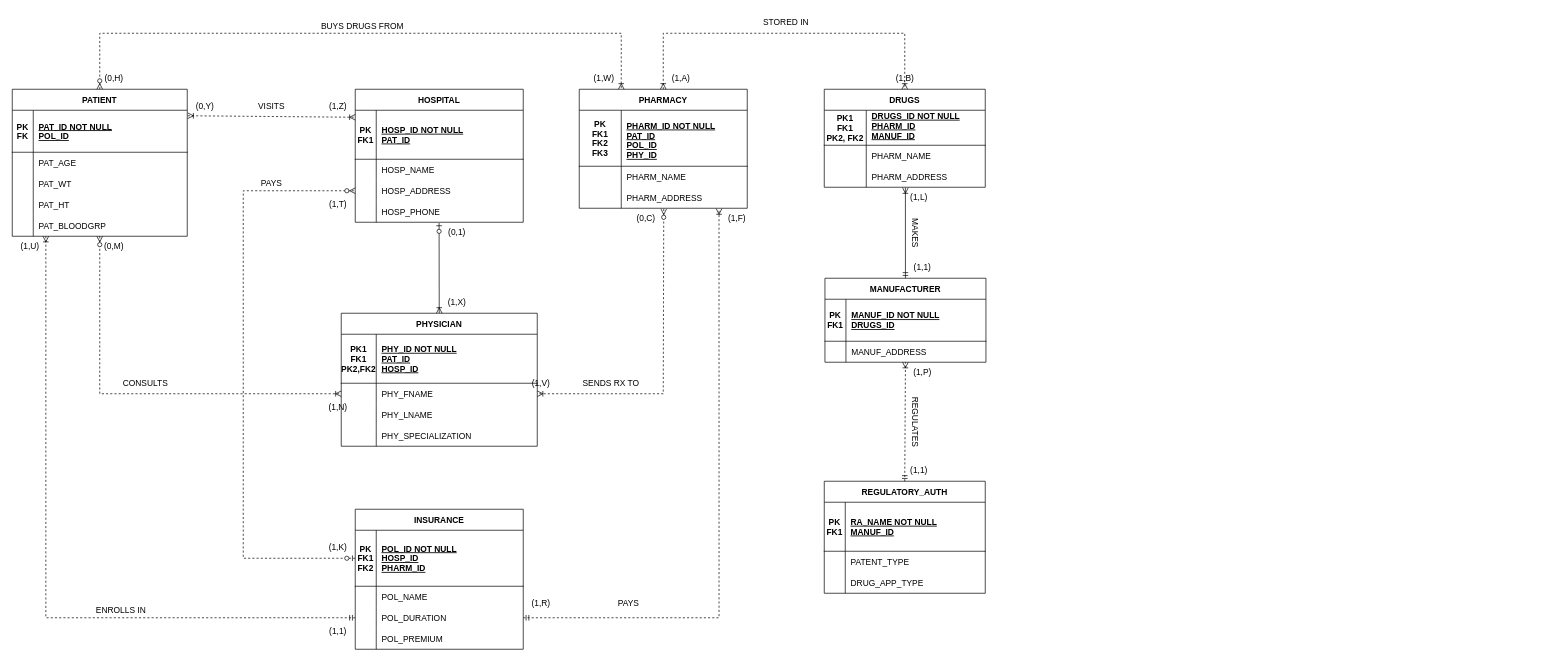
Earlier version of the draw.io diagram CIS552_HealthCare_ERD.drawio (IshanBhargava/Healthcare_DB_Design). Source tidied: cells renumbered, new cells numbered last; positions are measured from the earlier drawing's top-left corner, leaving out a move shared by most shapes. Both pictures are drawn from the tidied source at 70%, with x=0, y=0 at pixel (12, 12).
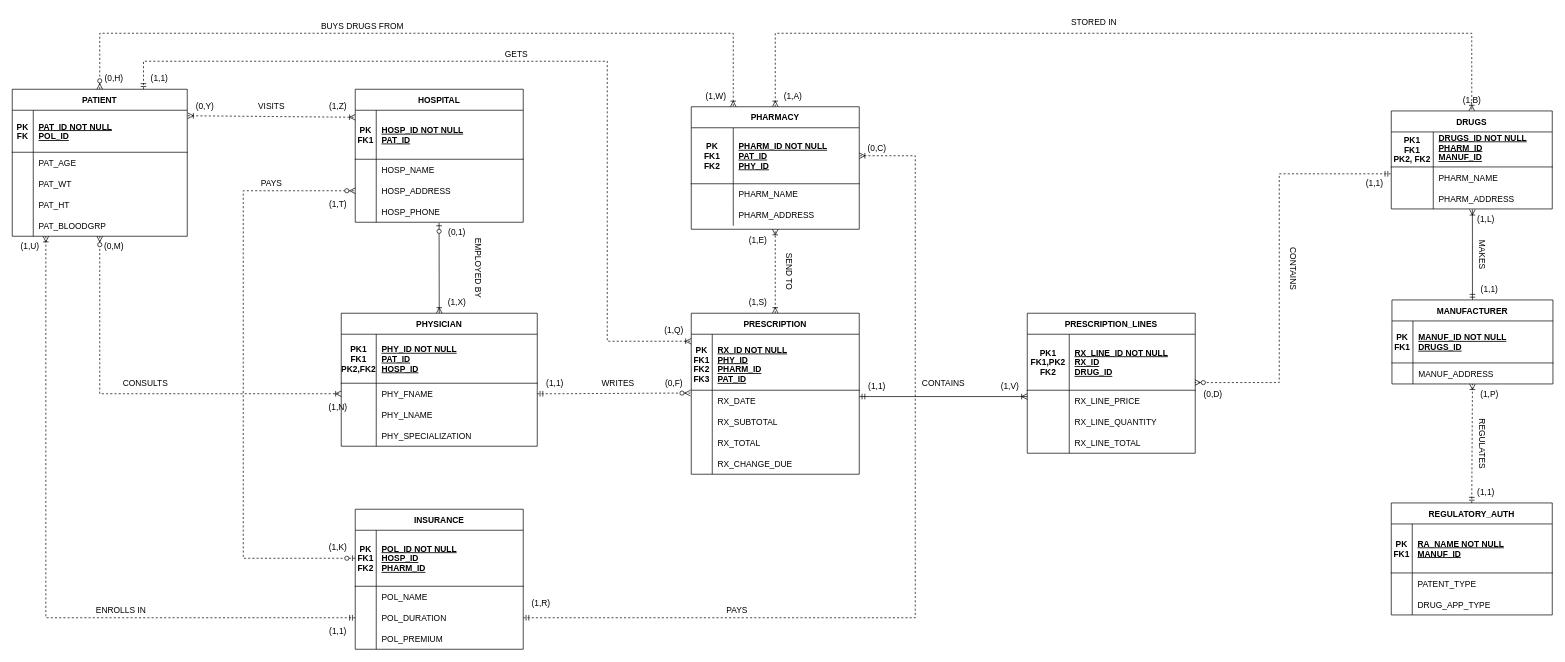
The same page after the edit.

Unchanged cells that the change refers to:
```xml
<mxCell id="6" style="shape=partialRectangle;fillColor=none;points=[[0,0.5],[1,0.5]];portConstraint=eastwest;top=0;left=0;right=0;bottom=0;" parent="2" vertex="1">
  <mxGeometry y="100" width="280" height="30" as="geometry" />
</mxCell>
<mxCell id="28" value="PATIENT" style="shape=table;startSize=30;childLayout=tableLayout;rowLines=0;fontStyle=1;align=center;" parent="1" vertex="1">
  <mxGeometry y="110" width="250" height="210" as="geometry" />
</mxCell>
<mxCell id="54" style="shape=partialRectangle;fillColor=none;points=[[0,0.5],[1,0.5]];portConstraint=eastwest;top=0;left=0;right=0;bottom=1;" parent="53" vertex="1">
  <mxGeometry y="30" width="240" height="80" as="geometry" />
</mxCell>
<mxCell id="60" style="shape=partialRectangle;fillColor=none;points=[[0,0.5],[1,0.5]];portConstraint=eastwest;top=0;left=0;right=0;bottom=0;" parent="53" vertex="1">
  <mxGeometry y="140" width="240" height="30" as="geometry" />
</mxCell>
<mxCell id="68" style="shape=partialRectangle;fillColor=none;points=[[0,0.5],[1,0.5]];portConstraint=eastwest;top=0;left=0;right=0;bottom=0;" parent="64" vertex="1">
  <mxGeometry y="80" width="230" height="30" as="geometry" />
</mxCell>
<mxCell id="109" style="shape=partialRectangle;fillColor=none;points=[[0,0.5],[1,0.5]];portConstraint=eastwest;top=0;left=0;right=0;bottom=0;" parent="102" vertex="1">
  <mxGeometry y="140" width="240" height="30" as="geometry" />
</mxCell>
```

Diff of the diagram source:
```diff
@@
     <mxCell id="53" value="PHARMACY" style="shape=table;startSize=30;childLayout=tableLayout;rowLines=0;fontStyle=1;align=center;" parent="1" vertex="1">
-      <mxGeometry x="810" y="110" width="240" height="170" as="geometry" />
+      <mxGeometry x="970" y="135" width="240" height="175" as="geometry" />
     </mxCell>
@@
-    <mxCell id="55" value="PK&#10;FK1&#10;FK2&#10;FK3" style="shape=partialRectangle;overflow=hidden;fillColor=none;top=0;left=0;bottom=0;right=0;fontStyle=1;" parent="54" vertex="1">
+    <mxCell id="55" value="PK&#10;FK1&#10;FK2" style="shape=partialRectangle;overflow=hidden;fillColor=none;top=0;left=0;bottom=0;right=0;fontStyle=1;" parent="54" vertex="1">
       <mxGeometry width="60" height="80" as="geometry" />
     </mxCell>
-    <mxCell id="56" value="&#10;PHARM_ID NOT NULL&#10;PAT_ID&#10;POL_ID&#10;PHY_ID&#10;" style="shape=partialRectangle;overflow=hidden;fillColor=none;top=0;left=0;bottom=0;right=0;align=left;spacingLeft=6;fontStyle=5;" parent="54" vertex="1">
+    <mxCell id="56" value="&#10;PHARM_ID NOT NULL&#10;PAT_ID&#10;PHY_ID&#10;" style="shape=partialRectangle;overflow=hidden;fillColor=none;top=0;left=0;bottom=0;right=0;align=left;spacingLeft=6;fontStyle=5;" parent="54" vertex="1">
       <mxGeometry x="60" width="180" height="80" as="geometry" />
     </mxCell>
@@
-    <mxCell id="63" style="fontSize=12;html=1;endArrow=ERoneToMany;startArrow=ERzeroToMany;rounded=0;edgeStyle=orthogonalEdgeStyle;exitX=0.503;exitY=1.031;exitDx=0;exitDy=0;exitPerimeter=0;dashed=1;" parent="1" edge="1" source="60" target="6">
-      <mxGeometry relative="1" as="geometry">
-        <Array as="points">
-          <mxPoint x="931" y="284" />
-          <mxPoint x="930" y="284" />
-          <mxPoint x="930" y="545" />
-        </Array>
-      </mxGeometry>
-    </mxCell>
     <mxCell id="64" value="DRUGS" style="shape=table;startSize=30;childLayout=tableLayout;rowLines=0;fontStyle=1;align=center;" parent="1" vertex="1">
-      <mxGeometry x="1160" y="110" width="230" height="140" as="geometry" />
+      <mxGeometry x="1970" y="141" width="230" height="140" as="geometry" />
     </mxCell>
@@
     <mxCell id="74" style="edgeStyle=orthogonalEdgeStyle;fontSize=12;html=1;endArrow=ERoneToMany;startArrow=ERoneToMany;rounded=0;exitX=0.5;exitY=0;exitDx=0;exitDy=0;entryX=0.5;entryY=0;entryDx=0;entryDy=0;dashed=1;" parent="1" edge="1" source="53" target="64">
       <mxGeometry relative="1" as="geometry">
         <Array as="points">
-          <mxPoint x="930" y="30" />
-          <mxPoint x="1275" y="30" />
+          <mxPoint x="1090" y="30" />
+          <mxPoint x="2085" y="30" />
         </Array>
       </mxGeometry>
     </mxCell>
     <mxCell id="75" value="(0,C)" style="text;html=1;align=center;verticalAlign=middle;strokeColor=none;fillColor=none;" parent="1" vertex="1">
-      <mxGeometry x="880" y="280" width="50" height="30" as="geometry" />
+      <mxGeometry x="1210" y="180" width="50" height="30" as="geometry" />
     </mxCell>
-    <mxCell id="76" value="(1,V)" style="text;html=1;align=center;verticalAlign=middle;strokeColor=none;fillColor=none;" parent="1" vertex="1">
-      <mxGeometry x="730" y="515" width="50" height="30" as="geometry" />
-    </mxCell>
     <mxCell id="77" value="(1,A)" style="text;html=1;align=center;verticalAlign=middle;strokeColor=none;fillColor=none;" parent="1" vertex="1">
-      <mxGeometry x="930" y="80" width="50" height="30" as="geometry" />
+      <mxGeometry x="1090" y="105" width="50" height="30" as="geometry" />
     </mxCell>
     <mxCell id="78" value="(1,B)" style="text;html=1;align=center;verticalAlign=middle;strokeColor=none;fillColor=none;" parent="1" vertex="1">
-      <mxGeometry x="1250" y="80" width="50" height="30" as="geometry" />
+      <mxGeometry x="2060" y="111" width="50" height="30" as="geometry" />
     </mxCell>
     <mxCell id="79" value="MANUFACTURER" style="shape=table;startSize=30;childLayout=tableLayout;rowLines=0;fontStyle=1;align=center;" parent="1" vertex="1">
-      <mxGeometry x="1161" y="380" width="230" height="120" as="geometry" />
+      <mxGeometry x="1971" y="411" width="230" height="120" as="geometry" />
     </mxCell>
@@
     <mxCell id="87" value="REGULATORY_AUTH" style="shape=table;startSize=30;childLayout=tableLayout;rowLines=0;fontStyle=1;align=center;" parent="1" vertex="1">
-      <mxGeometry x="1160" y="670" width="230" height="160" as="geometry" />
+      <mxGeometry x="1970" y="701" width="230" height="160" as="geometry" />
     </mxCell>
@@
     <mxCell id="98" value="(1,L)" style="text;html=1;align=center;verticalAlign=middle;strokeColor=none;fillColor=none;" parent="1" vertex="1">
-      <mxGeometry x="1270" y="250" width="50" height="30" as="geometry" />
+      <mxGeometry x="2080" y="281" width="50" height="30" as="geometry" />
     </mxCell>
     <mxCell id="99" value="(1,1)" style="text;html=1;align=center;verticalAlign=middle;strokeColor=none;fillColor=none;" parent="1" vertex="1">
-      <mxGeometry x="1275" y="350" width="50" height="30" as="geometry" />
+      <mxGeometry x="2085" y="381" width="50" height="30" as="geometry" />
     </mxCell>
     <mxCell id="100" value="(1,P)" style="text;html=1;align=center;verticalAlign=middle;strokeColor=none;fillColor=none;" parent="1" vertex="1">
-      <mxGeometry x="1275" y="500" width="50" height="30" as="geometry" />
+      <mxGeometry x="2085" y="531" width="50" height="30" as="geometry" />
     </mxCell>
     <mxCell id="101" value="(1,1)" style="text;html=1;align=center;verticalAlign=middle;strokeColor=none;fillColor=none;" parent="1" vertex="1">
-      <mxGeometry x="1270" y="640" width="50" height="30" as="geometry" />
+      <mxGeometry x="2080" y="671" width="50" height="30" as="geometry" />
     </mxCell>
@@
-    <mxCell id="116" style="edgeStyle=orthogonalEdgeStyle;fontSize=12;html=1;endArrow=ERoneToMany;startArrow=ERmandOne;rounded=0;exitX=1;exitY=0.5;exitDx=0;exitDy=0;entryX=0.832;entryY=1.022;entryDx=0;entryDy=0;entryPerimeter=0;dashed=1;" parent="1" edge="1" source="109" target="60">
+    <mxCell id="116" style="edgeStyle=orthogonalEdgeStyle;fontSize=12;html=1;endArrow=ERoneToMany;startArrow=ERmandOne;rounded=0;exitX=1;exitY=0.5;exitDx=0;exitDy=0;dashed=1;entryX=1;entryY=0.5;entryDx=0;entryDy=0;" parent="1" edge="1" source="109" target="54">
       <mxGeometry relative="1" as="geometry">
         <Array as="points">
-          <mxPoint x="1010" y="865" />
+          <mxPoint x="1290" y="865" />
+          <mxPoint x="1290" y="205" />
         </Array>
       </mxGeometry>
     </mxCell>
@@
-    <mxCell id="123" value="(1,F)" style="text;html=1;align=center;verticalAlign=middle;strokeColor=none;fillColor=none;" parent="1" vertex="1">
-      <mxGeometry x="1010" y="280" width="50" height="30" as="geometry" />
-    </mxCell>
     <mxCell id="124" style="edgeStyle=orthogonalEdgeStyle;fontSize=12;html=1;endArrow=ERoneToMany;startArrow=ERzeroToMany;rounded=0;dashed=1;exitX=0.5;exitY=0;exitDx=0;exitDy=0;entryX=0.25;entryY=0;entryDx=0;entryDy=0;" parent="1" edge="1" source="28" target="53">
       <mxGeometry relative="1" as="geometry">
         <Array as="points">
           <mxPoint x="125" y="30" />
-          <mxPoint x="870" y="30" />
+          <mxPoint x="1030" y="30" />
         </Array>
       </mxGeometry>
     </mxCell>
@@
-    <mxCell id="130" value="SENDS RX TO" style="text;html=1;align=center;verticalAlign=middle;strokeColor=none;fillColor=none;" parent="1" vertex="1">
-      <mxGeometry x="805" y="515" width="100" height="30" as="geometry" />
-    </mxCell>
     <mxCell id="131" value="PAYS" style="text;html=1;align=center;verticalAlign=middle;strokeColor=none;fillColor=none;" parent="1" vertex="1">
-      <mxGeometry x="855" y="830" width="50" height="30" as="geometry" />
+      <mxGeometry x="1010" y="840" width="50" height="30" as="geometry" />
     </mxCell>
     <mxCell id="132" value="STORED IN" style="text;html=1;align=center;verticalAlign=middle;strokeColor=none;fillColor=none;" parent="1" vertex="1">
-      <mxGeometry x="1060" width="90" height="30" as="geometry" />
+      <mxGeometry x="1500" width="90" height="30" as="geometry" />
     </mxCell>
     <mxCell id="133" value="MAKES" style="text;html=1;align=center;verticalAlign=middle;strokeColor=none;fillColor=none;rotation=90;" parent="1" vertex="1">
-      <mxGeometry x="1260" y="300" width="60" height="30" as="geometry" />
+      <mxGeometry x="2070" y="331" width="60" height="30" as="geometry" />
     </mxCell>
     <mxCell id="134" value="REGULATES" style="text;html=1;align=center;verticalAlign=middle;strokeColor=none;fillColor=none;rotation=90;" parent="1" vertex="1">
-      <mxGeometry x="1245" y="570" width="90" height="30" as="geometry" />
+      <mxGeometry x="2055" y="601" width="90" height="30" as="geometry" />
     </mxCell>
@@
     <mxCell id="136" value="(1,W)" style="text;html=1;align=center;verticalAlign=middle;strokeColor=none;fillColor=none;" parent="1" vertex="1">
-      <mxGeometry x="820" y="80" width="50" height="30" as="geometry" />
+      <mxGeometry x="980" y="105" width="50" height="30" as="geometry" />
     </mxCell>
+    <mxCell id="137" value="PRESCRIPTION" style="shape=table;startSize=30;childLayout=tableLayout;rowLines=0;fontStyle=1;align=center;" parent="1" vertex="1">
+      <mxGeometry x="970" y="430" width="240" height="230" as="geometry" />
+    </mxCell>
+    <mxCell id="138" style="shape=partialRectangle;fillColor=none;points=[[0,0.5],[1,0.5]];portConstraint=eastwest;top=0;left=0;right=0;bottom=1;" parent="137" vertex="1">
+      <mxGeometry y="30" width="240" height="80" as="geometry" />
+    </mxCell>
+    <mxCell id="139" value="&#10;PK&#10;FK1&#10;FK2&#10;FK3&#10;" style="shape=partialRectangle;overflow=hidden;fillColor=none;top=0;left=0;bottom=0;right=0;fontStyle=1;" parent="138" vertex="1">
+      <mxGeometry width="30" height="80" as="geometry" />
+    </mxCell>
+    <mxCell id="140" value="&#10;RX_ID NOT NULL&#10;PHY_ID&#10;PHARM_ID&#10;PAT_ID&#10;" style="shape=partialRectangle;overflow=hidden;fillColor=none;top=0;left=0;bottom=0;right=0;align=left;spacingLeft=6;fontStyle=5;" parent="138" vertex="1">
+      <mxGeometry x="30" width="210" height="80" as="geometry" />
+    </mxCell>
+    <mxCell id="141" style="shape=partialRectangle;fillColor=none;top=0;left=0;right=0;bottom=0;" parent="137" vertex="1">
+      <mxGeometry y="110" width="240" height="30" as="geometry" />
+    </mxCell>
+    <mxCell id="142" style="shape=partialRectangle;overflow=hidden;fillColor=none;top=0;left=0;bottom=0;right=0;" parent="141" vertex="1">
+      <mxGeometry width="30" height="30" as="geometry" />
+    </mxCell>
+    <mxCell id="143" value="RX_DATE" style="shape=partialRectangle;overflow=hidden;fillColor=none;top=0;left=0;bottom=0;right=0;align=left;spacingLeft=6;" parent="141" vertex="1">
+      <mxGeometry x="30" width="210" height="30" as="geometry" />
+    </mxCell>
+    <mxCell id="144" style="shape=partialRectangle;fillColor=none;top=0;left=0;right=0;bottom=0;" parent="137" vertex="1">
+      <mxGeometry y="140" width="240" height="30" as="geometry" />
+    </mxCell>
+    <mxCell id="145" style="shape=partialRectangle;overflow=hidden;fillColor=none;top=0;left=0;bottom=0;right=0;" parent="144" vertex="1">
+      <mxGeometry width="30" height="30" as="geometry" />
+    </mxCell>
+    <mxCell id="146" value="RX_SUBTOTAL" style="shape=partialRectangle;overflow=hidden;fillColor=none;top=0;left=0;bottom=0;right=0;align=left;spacingLeft=6;" parent="144" vertex="1">
+      <mxGeometry x="30" width="210" height="30" as="geometry" />
+    </mxCell>
+    <mxCell id="147" style="shape=partialRectangle;fillColor=none;top=0;left=0;right=0;bottom=0;" parent="137" vertex="1">
+      <mxGeometry y="170" width="240" height="30" as="geometry" />
+    </mxCell>
+    <mxCell id="148" style="shape=partialRectangle;overflow=hidden;fillColor=none;top=0;left=0;bottom=0;right=0;" parent="147" vertex="1">
+      <mxGeometry width="30" height="30" as="geometry" />
+    </mxCell>
+    <mxCell id="149" value="RX_TOTAL" style="shape=partialRectangle;overflow=hidden;fillColor=none;top=0;left=0;bottom=0;right=0;align=left;spacingLeft=6;" parent="147" vertex="1">
+      <mxGeometry x="30" width="210" height="30" as="geometry" />
+    </mxCell>
+    <mxCell id="150" style="shape=partialRectangle;fillColor=none;top=0;left=0;right=0;bottom=0;" parent="137" vertex="1">
+      <mxGeometry y="200" width="240" height="30" as="geometry" />
+    </mxCell>
+    <mxCell id="151" style="shape=partialRectangle;overflow=hidden;fillColor=none;top=0;left=0;bottom=0;right=0;" parent="150" vertex="1">
+      <mxGeometry width="30" height="30" as="geometry" />
+    </mxCell>
+    <mxCell id="152" value="RX_CHANGE_DUE" style="shape=partialRectangle;overflow=hidden;fillColor=none;top=0;left=0;bottom=0;right=0;align=left;spacingLeft=6;" parent="150" vertex="1">
+      <mxGeometry x="30" width="210" height="30" as="geometry" />
+    </mxCell>
+    <mxCell id="153" value="PRESCRIPTION_LINES" style="shape=table;startSize=30;childLayout=tableLayout;rowLines=0;fontStyle=1;align=center;" parent="1" vertex="1">
+      <mxGeometry x="1450" y="430" width="240" height="200" as="geometry" />
+    </mxCell>
+    <mxCell id="154" style="shape=partialRectangle;fillColor=none;points=[[0,0.5],[1,0.5]];portConstraint=eastwest;top=0;left=0;right=0;bottom=1;" parent="153" vertex="1">
+      <mxGeometry y="30" width="240" height="80" as="geometry" />
+    </mxCell>
+    <mxCell id="155" value="&#10;PK1&#10;FK1,PK2&#10;FK2&#10;" style="shape=partialRectangle;overflow=hidden;fillColor=none;top=0;left=0;bottom=0;right=0;fontStyle=1;" parent="154" vertex="1">
+      <mxGeometry width="60" height="80" as="geometry" />
+    </mxCell>
+    <mxCell id="156" value="&#10;RX_LINE_ID NOT NULL&#10;RX_ID&#10;DRUG_ID&#10;" style="shape=partialRectangle;overflow=hidden;fillColor=none;top=0;left=0;bottom=0;right=0;align=left;spacingLeft=6;fontStyle=5;" parent="154" vertex="1">
+      <mxGeometry x="60" width="180" height="80" as="geometry" />
+    </mxCell>
+    <mxCell id="157" style="shape=partialRectangle;fillColor=none;top=0;left=0;right=0;bottom=0;" parent="153" vertex="1">
+      <mxGeometry y="110" width="240" height="30" as="geometry" />
+    </mxCell>
+    <mxCell id="158" style="shape=partialRectangle;overflow=hidden;fillColor=none;top=0;left=0;bottom=0;right=0;" parent="157" vertex="1">
+      <mxGeometry width="60" height="30" as="geometry" />
+    </mxCell>
+    <mxCell id="159" value="RX_LINE_PRICE" style="shape=partialRectangle;overflow=hidden;fillColor=none;top=0;left=0;bottom=0;right=0;align=left;spacingLeft=6;" parent="157" vertex="1">
+      <mxGeometry x="60" width="180" height="30" as="geometry" />
+    </mxCell>
+    <mxCell id="160" style="shape=partialRectangle;fillColor=none;top=0;left=0;right=0;bottom=0;" parent="153" vertex="1">
+      <mxGeometry y="140" width="240" height="30" as="geometry" />
+    </mxCell>
+    <mxCell id="161" style="shape=partialRectangle;overflow=hidden;fillColor=none;top=0;left=0;bottom=0;right=0;" parent="160" vertex="1">
+      <mxGeometry width="60" height="30" as="geometry" />
+    </mxCell>
+    <mxCell id="162" value="RX_LINE_QUANTITY" style="shape=partialRectangle;overflow=hidden;fillColor=none;top=0;left=0;bottom=0;right=0;align=left;spacingLeft=6;" parent="160" vertex="1">
+      <mxGeometry x="60" width="180" height="30" as="geometry" />
+    </mxCell>
+    <mxCell id="163" style="shape=partialRectangle;fillColor=none;top=0;left=0;right=0;bottom=0;" parent="153" vertex="1">
+      <mxGeometry y="170" width="240" height="30" as="geometry" />
+    </mxCell>
+    <mxCell id="164" style="shape=partialRectangle;overflow=hidden;fillColor=none;top=0;left=0;bottom=0;right=0;" parent="163" vertex="1">
+      <mxGeometry width="60" height="30" as="geometry" />
+    </mxCell>
+    <mxCell id="165" value="RX_LINE_TOTAL" style="shape=partialRectangle;overflow=hidden;fillColor=none;top=0;left=0;bottom=0;right=0;align=left;spacingLeft=6;" parent="163" vertex="1">
+      <mxGeometry x="60" width="180" height="30" as="geometry" />
+    </mxCell>
+    <mxCell id="166" style="edgeStyle=entityRelationEdgeStyle;fontSize=12;html=1;endArrow=ERzeroToMany;startArrow=ERmandOne;rounded=0;dashed=1;exitX=1;exitY=0.5;exitDx=0;exitDy=0;entryX=0.975;entryY=0.969;entryDx=0;entryDy=0;entryPerimeter=0;" parent="1" edge="1" source="6" target="169">
+      <mxGeometry relative="1" as="geometry" />
+    </mxCell>
+    <mxCell id="167" value="WRITES" style="text;html=1;align=center;verticalAlign=middle;strokeColor=none;fillColor=none;" parent="1" vertex="1">
+      <mxGeometry x="830" y="515" width="70" height="30" as="geometry" />
+    </mxCell>
+    <mxCell id="168" value="(1,1)" style="text;html=1;align=center;verticalAlign=middle;strokeColor=none;fillColor=none;" parent="1" vertex="1">
+      <mxGeometry x="750" y="515" width="50" height="30" as="geometry" />
+    </mxCell>
+    <mxCell id="169" value="(0,F)" style="text;html=1;align=center;verticalAlign=middle;points=[];strokeColor=none;fillColor=none;" parent="1" vertex="1">
+      <mxGeometry x="920" y="515" width="50" height="30" as="geometry" />
+    </mxCell>
+    <mxCell id="170" style="fontSize=12;html=1;endArrow=ERoneToMany;startArrow=ERmandOne;rounded=0;exitX=1;exitY=0.5;exitDx=0;exitDy=0;entryX=0;entryY=0.5;entryDx=0;entryDy=0;" parent="1" edge="1">
+      <mxGeometry relative="1" as="geometry">
+        <mxPoint x="1210" y="549" as="sourcePoint" />
+        <mxPoint x="1450" y="549" as="targetPoint" />
+      </mxGeometry>
+    </mxCell>
+    <mxCell id="171" value="(1,1)" style="text;html=1;align=center;verticalAlign=middle;strokeColor=none;fillColor=none;" parent="1" vertex="1">
+      <mxGeometry x="1210" y="520" width="50" height="30" as="geometry" />
+    </mxCell>
+    <mxCell id="76" value="(1,V)" style="text;html=1;align=center;verticalAlign=middle;strokeColor=none;fillColor=none;" parent="1" vertex="1">
+      <mxGeometry x="1400" y="520" width="50" height="30" as="geometry" />
+    </mxCell>
+    <mxCell id="172" value="CONTAINS" style="text;html=1;align=center;verticalAlign=middle;strokeColor=none;fillColor=none;" parent="1" vertex="1">
+      <mxGeometry x="1290" y="515" width="80" height="30" as="geometry" />
+    </mxCell>
+    <mxCell id="173" style="edgeStyle=orthogonalEdgeStyle;fontSize=12;html=1;endArrow=ERoneToMany;startArrow=ERoneToMany;rounded=0;dashed=1;exitX=0.5;exitY=0;exitDx=0;exitDy=0;entryX=0.5;entryY=1;entryDx=0;entryDy=0;" parent="1" edge="1" source="137" target="53">
+      <mxGeometry relative="1" as="geometry" />
+    </mxCell>
+    <mxCell id="174" style="edgeStyle=orthogonalEdgeStyle;fontSize=12;html=1;endArrow=ERzeroToMany;startArrow=ERmandOne;rounded=0;dashed=1;entryX=0.998;entryY=0.863;entryDx=0;entryDy=0;entryPerimeter=0;exitX=-0.004;exitY=0.327;exitDx=0;exitDy=0;exitPerimeter=0;" parent="1" edge="1" source="68" target="154">
+      <mxGeometry relative="1" as="geometry">
+        <Array as="points">
+          <mxPoint x="1810" y="231" />
+          <mxPoint x="1810" y="529" />
+        </Array>
+      </mxGeometry>
+    </mxCell>
+    <mxCell id="175" value="(1,1)" style="text;html=1;align=center;verticalAlign=middle;strokeColor=none;fillColor=none;" parent="1" vertex="1">
+      <mxGeometry x="1921" y="230" width="50" height="30" as="geometry" />
+    </mxCell>
+    <mxCell id="176" value="CONTAINS" style="text;html=1;align=center;verticalAlign=middle;strokeColor=none;fillColor=none;rotation=90;" parent="1" vertex="1">
+      <mxGeometry x="1790" y="351" width="80" height="30" as="geometry" />
+    </mxCell>
+    <mxCell id="177" value="(0,D)" style="text;html=1;align=center;verticalAlign=middle;strokeColor=none;fillColor=none;" parent="1" vertex="1">
+      <mxGeometry x="1690" y="531" width="50" height="30" as="geometry" />
+    </mxCell>
+    <mxCell id="178" style="edgeStyle=orthogonalEdgeStyle;fontSize=12;html=1;endArrow=ERoneToMany;startArrow=ERmandOne;rounded=0;dashed=1;exitX=0.75;exitY=0;exitDx=0;exitDy=0;entryX=0;entryY=0.125;entryDx=0;entryDy=0;entryPerimeter=0;" parent="1" edge="1" source="28" target="138">
+      <mxGeometry relative="1" as="geometry">
+        <Array as="points">
+          <mxPoint x="188" y="70" />
+          <mxPoint x="850" y="70" />
+          <mxPoint x="850" y="470" />
+        </Array>
+      </mxGeometry>
+    </mxCell>
+    <mxCell id="179" value="(1,1)" style="text;html=1;align=center;verticalAlign=middle;strokeColor=none;fillColor=none;" parent="1" vertex="1">
+      <mxGeometry x="185" y="80" width="50" height="30" as="geometry" />
+    </mxCell>
+    <mxCell id="180" value="(1,Q)" style="text;html=1;align=center;verticalAlign=middle;strokeColor=none;fillColor=none;" parent="1" vertex="1">
+      <mxGeometry x="920" y="440" width="50" height="30" as="geometry" />
+    </mxCell>
+    <mxCell id="181" value="GETS" style="text;html=1;align=center;verticalAlign=middle;strokeColor=none;fillColor=none;" parent="1" vertex="1">
+      <mxGeometry x="690" y="45" width="60" height="30" as="geometry" />
+    </mxCell>
+    <mxCell id="182" value="EMPLOYED BY" style="text;html=1;align=center;verticalAlign=middle;strokeColor=none;fillColor=none;rotation=90;" parent="1" vertex="1">
+      <mxGeometry x="610" y="350" width="110" height="30" as="geometry" />
+    </mxCell>
+    <mxCell id="183" value="SEND TO" style="text;html=1;align=center;verticalAlign=middle;strokeColor=none;fillColor=none;rotation=90;" parent="1" vertex="1">
+      <mxGeometry x="1070" y="355" width="80" height="30" as="geometry" />
+    </mxCell>
+    <mxCell id="184" value="(1,E)" style="text;html=1;align=center;verticalAlign=middle;strokeColor=none;fillColor=none;" parent="1" vertex="1">
+      <mxGeometry x="1040" y="311" width="50" height="30" as="geometry" />
+    </mxCell>
+    <mxCell id="185" value="(1,S)" style="text;html=1;align=center;verticalAlign=middle;strokeColor=none;fillColor=none;" parent="1" vertex="1">
+      <mxGeometry x="1040" y="400" width="50" height="30" as="geometry" />
+    </mxCell>
```
